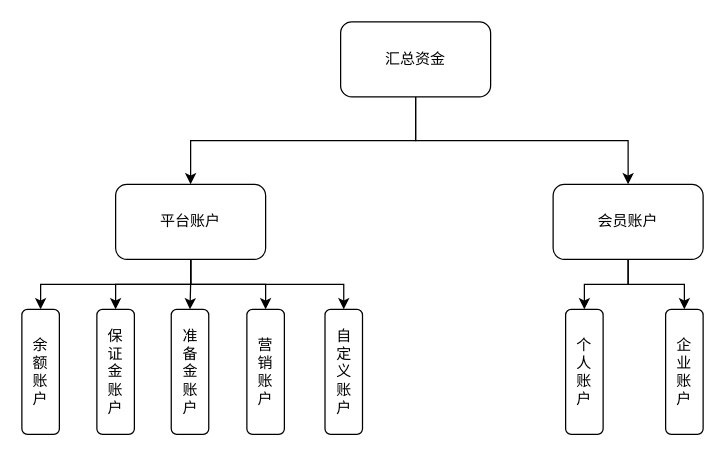
This is page "业务类型" (1 of 4) of xc-account/design/account-structure/xc-account-structure1.drawio from waterStone528/job, a draw.io file, before an edit. Source tidied: cells renumbered, new cells numbered last; positions are measured from the earlier drawing's top-left corner, leaving out a move shared by most shapes. Both pictures are drawn from the tidied source at 125%, with x=0, y=0 at pixel (21, 21).
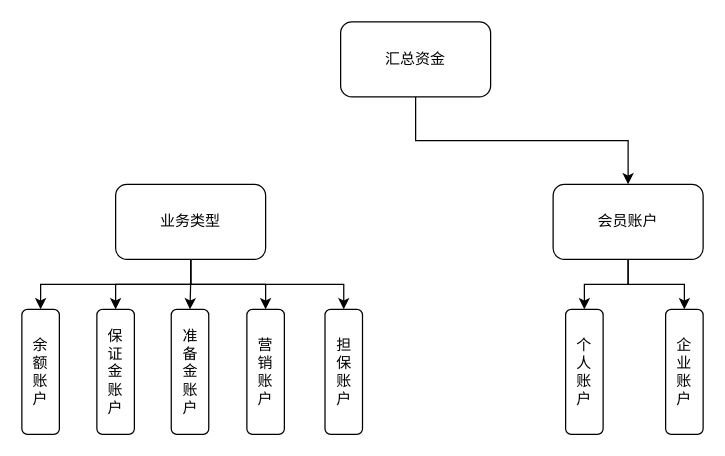
After the change.

Unchanged cells that the change refers to:
```xml
<mxCell id="2" value="汇总资金" style="rounded=1;whiteSpace=wrap;html=1;" parent="1" vertex="1">
  <mxGeometry x="255" width="120" height="60" as="geometry" />
</mxCell>
```

What changed in the source:
```diff
@@
-    <mxCell id="3" value="平台账户" style="rounded=1;whiteSpace=wrap;html=1;" parent="1" vertex="1">
+    <mxCell id="3" value="业务类型" style="rounded=1;whiteSpace=wrap;html=1;" parent="1" vertex="1">
       <mxGeometry x="75" y="130" width="120" height="60" as="geometry" />
     </mxCell>
@@
-    <mxCell id="9" value="自&lt;br&gt;定&lt;br&gt;义&lt;br&gt;账&lt;br&gt;户" style="rounded=1;whiteSpace=wrap;html=1;" parent="1" vertex="1">
+    <mxCell id="9" value="担&lt;br&gt;保&lt;br&gt;账&lt;br&gt;户" style="rounded=1;whiteSpace=wrap;html=1;" parent="1" vertex="1">
       <mxGeometry x="242.5" y="230" width="30" height="100" as="geometry" />
     </mxCell>
@@
-    <mxCell id="12" style="endArrow=classic;html=1;exitX=0.5;exitY=1;exitDx=0;exitDy=0;entryX=0.5;entryY=0;entryDx=0;entryDy=0;edgeStyle=orthogonalEdgeStyle;rounded=0;" parent="1" edge="1" source="2" target="3">
-      <mxGeometry relative="1" as="geometry" />
-    </mxCell>
```
